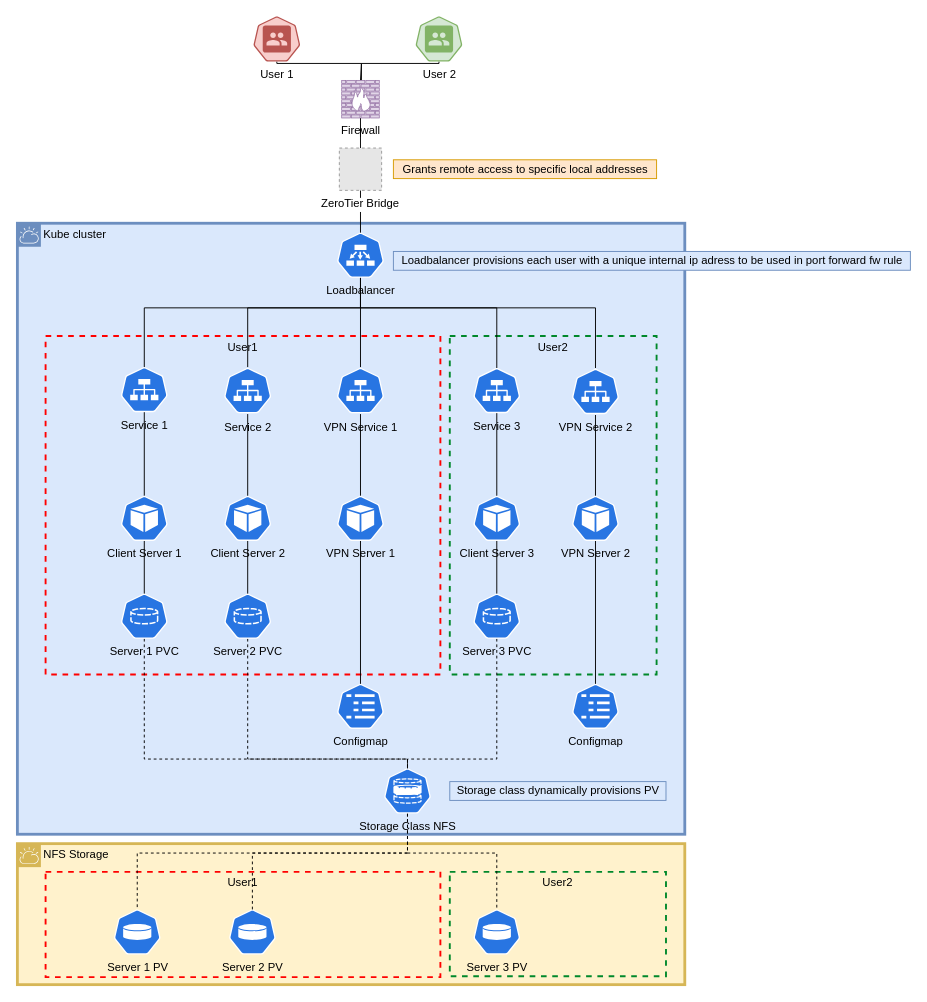
This is Designs/GameKubeFunctionalDesignV3.drawio from BumbleB-NL/gamekube, a draw.io file, before an edit. Source tidied: cells renumbered, new cells numbered last; positions are measured from the earlier drawing's top-left corner, leaving out a move shared by most shapes. Both pictures are drawn from the tidied source at 94%, with x=0, y=0 at pixel (17, 16). Pictures stored in the file or linked from it are replaced by grey dashed boxes.
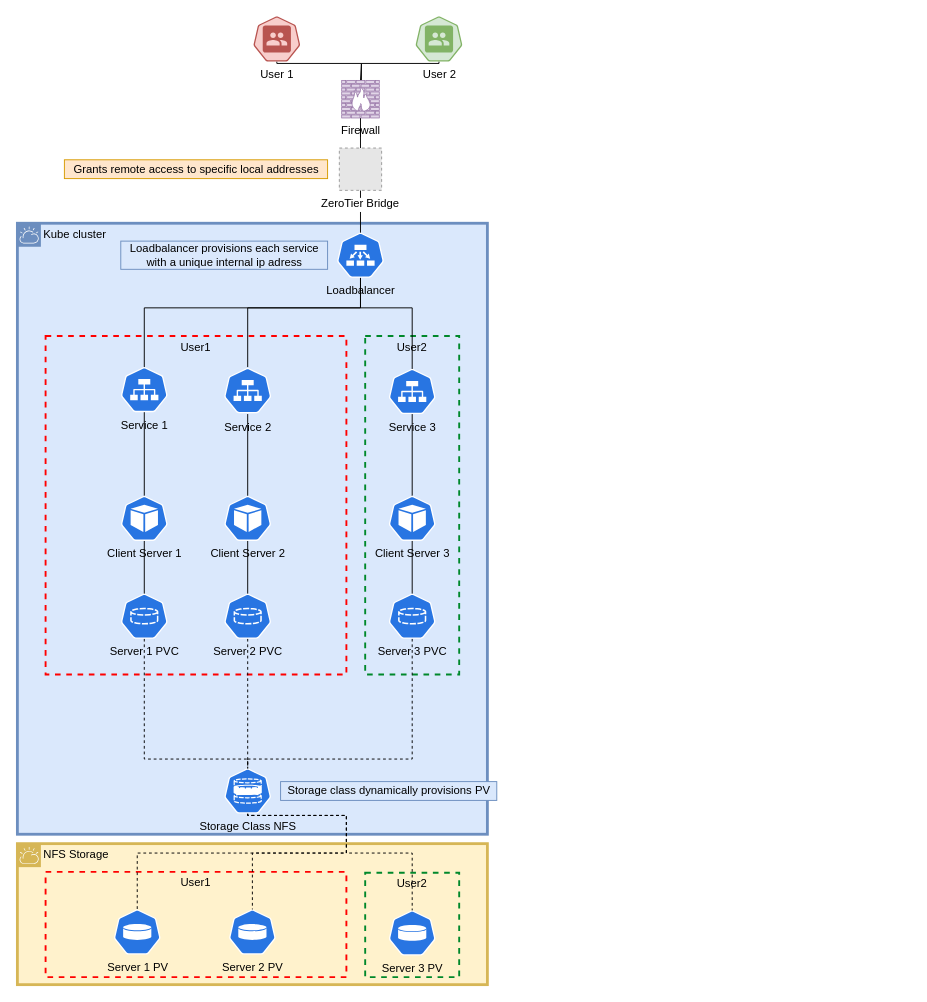
The same page after the edit.

The change refers to these unchanged cells:
```xml
<mxCell id="5" value="Server 1 PV" style="sketch=0;html=1;dashed=0;whitespace=wrap;fillColor=#2875E2;strokeColor=#ffffff;points=[[0.005,0.63,0],[0.1,0.2,0],[0.9,0.2,0],[0.5,0,0],[0.995,0.63,0],[0.72,0.99,0],[0.5,1,0],[0.28,0.99,0]];shape=mxgraph.kubernetes.icon;prIcon=vol;labelPosition=center;verticalLabelPosition=bottom;align=center;verticalAlign=top;" parent="4" vertex="1">
  <mxGeometry x="72.5" y="40" width="50" height="48" as="geometry" />
</mxCell>
<mxCell id="6" value="Server 2 PV" style="sketch=0;html=1;dashed=0;whitespace=wrap;fillColor=#2875E2;strokeColor=#ffffff;points=[[0.005,0.63,0],[0.1,0.2,0],[0.9,0.2,0],[0.5,0,0],[0.995,0.63,0],[0.72,0.99,0],[0.5,1,0],[0.28,0.99,0]];shape=mxgraph.kubernetes.icon;prIcon=vol;labelPosition=center;verticalLabelPosition=bottom;align=center;verticalAlign=top;" parent="4" vertex="1">
  <mxGeometry x="195" y="40" width="50" height="48" as="geometry" />
</mxCell>
<mxCell id="8" value="Server 3 PV" style="sketch=0;html=1;dashed=0;whitespace=wrap;fillColor=#2875E2;strokeColor=#ffffff;points=[[0.005,0.63,0],[0.1,0.2,0],[0.9,0.2,0],[0.5,0,0],[0.995,0.63,0],[0.72,0.99,0],[0.5,1,0],[0.28,0.99,0]];shape=mxgraph.kubernetes.icon;prIcon=vol;labelPosition=center;verticalLabelPosition=bottom;align=center;verticalAlign=top;" parent="7" vertex="1">
  <mxGeometry x="25" y="40" width="50" height="48" as="geometry" />
</mxCell>
<mxCell id="35" value="Server 1 PVC" style="sketch=0;html=1;dashed=0;whitespace=wrap;fillColor=#2875E2;strokeColor=#ffffff;points=[[0.005,0.63,0],[0.1,0.2,0],[0.9,0.2,0],[0.5,0,0],[0.995,0.63,0],[0.72,0.99,0],[0.5,1,0],[0.28,0.99,0]];shape=mxgraph.kubernetes.icon;prIcon=pvc;labelPosition=center;verticalLabelPosition=bottom;align=center;verticalAlign=top;" parent="1" vertex="1">
  <mxGeometry x="110" y="614" width="50" height="48" as="geometry" />
</mxCell>
<mxCell id="37" value="Server 2 PVC" style="sketch=0;html=1;dashed=0;whitespace=wrap;fillColor=#2875E2;strokeColor=#ffffff;points=[[0.005,0.63,0],[0.1,0.2,0],[0.9,0.2,0],[0.5,0,0],[0.995,0.63,0],[0.72,0.99,0],[0.5,1,0],[0.28,0.99,0]];shape=mxgraph.kubernetes.icon;prIcon=pvc;labelPosition=center;verticalLabelPosition=bottom;align=center;verticalAlign=top;" parent="1" vertex="1">
  <mxGeometry x="220" y="614" width="50" height="48" as="geometry" />
</mxCell>
<mxCell id="55" value="Loadbalancer" style="sketch=0;html=1;dashed=0;whitespace=wrap;fillColor=#2875E2;strokeColor=#ffffff;points=[[0.005,0.63,0],[0.1,0.2,0],[0.9,0.2,0],[0.5,0,0],[0.995,0.63,0],[0.72,0.99,0],[0.5,1,0],[0.28,0.99,0]];shape=mxgraph.kubernetes.icon;prIcon=ep;labelPosition=center;verticalLabelPosition=bottom;align=center;verticalAlign=top;" parent="1" vertex="1">
  <mxGeometry x="340" y="230" width="50" height="48" as="geometry" />
</mxCell>
```

Diff of the diagram source:
```diff
@@
     <mxCell id="2" value="Kube cluster" style="shape=mxgraph.ibm.box;prType=cloud;fontStyle=0;verticalAlign=top;align=left;spacingLeft=32;spacingTop=4;fillColor=#dae8fc;rounded=0;whiteSpace=wrap;html=1;strokeColor=#6c8ebf;strokeWidth=3;dashed=0;spacing=-4;" parent="1" vertex="1">
-      <mxGeometry y="220" width="710" height="650" as="geometry" />
+      <mxGeometry y="220" width="500" height="650" as="geometry" />
     </mxCell>
+    <mxCell id="18" value="User2" style="fontStyle=0;verticalAlign=top;align=center;spacingTop=-2;fillColor=none;rounded=0;whiteSpace=wrap;html=1;strokeColor=#00882B;strokeWidth=2;dashed=1;" parent="1" vertex="1">
+      <mxGeometry x="370" y="340" width="100" height="360" as="geometry" />
+    </mxCell>
     <mxCell id="3" value="NFS Storage" style="shape=mxgraph.ibm.box;prType=cloud;fontStyle=0;verticalAlign=top;align=left;spacingLeft=32;spacingTop=4;fillColor=#fff2cc;rounded=0;whiteSpace=wrap;html=1;strokeColor=#d6b656;strokeWidth=3;dashed=0;spacing=-4;" parent="1" vertex="1">
-      <mxGeometry y="880" width="710" height="150" as="geometry" />
+      <mxGeometry y="880" width="500" height="150" as="geometry" />
     </mxCell>
     <mxCell id="4" value="User1" style="fontStyle=0;verticalAlign=top;align=center;spacingTop=-2;fillColor=none;rounded=0;whiteSpace=wrap;html=1;strokeColor=#FF0000;strokeWidth=2;dashed=1;" parent="3" vertex="1">
-      <mxGeometry x="30" y="30" width="420" height="112" as="geometry" />
+      <mxGeometry x="30" y="30" width="320" height="112" as="geometry" />
     </mxCell>
@@
     <mxCell id="7" value="User2" style="fontStyle=0;verticalAlign=top;align=center;spacingTop=-2;fillColor=none;rounded=0;whiteSpace=wrap;html=1;strokeColor=#00882B;strokeWidth=2;dashed=1;" parent="3" vertex="1">
-      <mxGeometry x="460" y="30" width="230" height="111" as="geometry" />
+      <mxGeometry x="370" y="31" width="100" height="111" as="geometry" />
     </mxCell>
@@
     <mxCell id="9" style="edgeStyle=orthogonalEdgeStyle;rounded=0;jettySize=auto;html=1;entryX=0.5;entryY=0;entryDx=0;entryDy=0;entryPerimeter=0;dashed=1;endArrow=none;endFill=0;" parent="1" edge="1" source="19" target="5">
       <mxGeometry relative="1" as="geometry">
         <Array as="points">
-          <mxPoint x="415" y="890" />
+          <mxPoint x="245" y="850" />
+          <mxPoint x="350" y="850" />
+          <mxPoint x="350" y="890" />
           <mxPoint x="128" y="890" />
         </Array>
       </mxGeometry>
     </mxCell>
     <mxCell id="10" style="edgeStyle=orthogonalEdgeStyle;rounded=0;jettySize=auto;html=1;entryX=0.5;entryY=0;entryDx=0;entryDy=0;entryPerimeter=0;dashed=1;endArrow=none;endFill=0;" parent="1" edge="1" source="19" target="6">
       <mxGeometry relative="1" as="geometry">
         <Array as="points">
-          <mxPoint x="415" y="890" />
+          <mxPoint x="245" y="850" />
+          <mxPoint x="350" y="850" />
+          <mxPoint x="350" y="890" />
           <mxPoint x="250" y="890" />
         </Array>
       </mxGeometry>
     </mxCell>
@@
     <mxCell id="17" style="edgeStyle=orthogonalEdgeStyle;rounded=0;jettySize=auto;html=1;entryX=0.5;entryY=0;entryDx=0;entryDy=0;entryPerimeter=0;dashed=1;endArrow=none;endFill=0;" parent="1" edge="1" source="19" target="8">
       <mxGeometry relative="1" as="geometry">
         <Array as="points">
-          <mxPoint x="415" y="890" />
-          <mxPoint x="510" y="890" />
+          <mxPoint x="245" y="850" />
+          <mxPoint x="350" y="850" />
+          <mxPoint x="350" y="890" />
+          <mxPoint x="420" y="890" />
         </Array>
       </mxGeometry>
     </mxCell>
-    <mxCell id="18" value="User2" style="fontStyle=0;verticalAlign=top;align=center;spacingTop=-2;fillColor=none;rounded=0;whiteSpace=wrap;html=1;strokeColor=#00882B;strokeWidth=2;dashed=1;" parent="1" vertex="1">
-      <mxGeometry x="460" y="340" width="220" height="360" as="geometry" />
-    </mxCell>
     <mxCell id="19" value="Storage Class NFS" style="sketch=0;html=1;dashed=0;whitespace=wrap;fillColor=#2875E2;strokeColor=#ffffff;points=[[0.005,0.63,0],[0.1,0.2,0],[0.9,0.2,0],[0.5,0,0],[0.995,0.63,0],[0.72,0.99,0],[0.5,1,0],[0.28,0.99,0]];shape=mxgraph.kubernetes.icon;prIcon=sc;labelPosition=center;verticalLabelPosition=bottom;align=center;verticalAlign=top;" parent="1" vertex="1">
-      <mxGeometry x="390" y="800" width="50" height="48" as="geometry" />
+      <mxGeometry x="220" y="800" width="50" height="48" as="geometry" />
     </mxCell>
-    <mxCell id="20" value="Configmap" style="sketch=0;html=1;dashed=0;whitespace=wrap;fillColor=#2875E2;strokeColor=#ffffff;points=[[0.005,0.63,0],[0.1,0.2,0],[0.9,0.2,0],[0.5,0,0],[0.995,0.63,0],[0.72,0.99,0],[0.5,1,0],[0.28,0.99,0]];shape=mxgraph.kubernetes.icon;prIcon=cm;labelPosition=center;verticalLabelPosition=bottom;align=center;verticalAlign=top;" parent="1" vertex="1">
-      <mxGeometry x="340" y="710" width="50" height="48" as="geometry" />
-    </mxCell>
     <mxCell id="21" value="User1" style="fontStyle=0;verticalAlign=top;align=center;spacingTop=-2;fillColor=none;rounded=0;whiteSpace=wrap;html=1;strokeColor=#FF0000;strokeWidth=2;dashed=1;" parent="1" vertex="1">
-      <mxGeometry x="30" y="340" width="420" height="360" as="geometry" />
+      <mxGeometry x="30" y="340" width="320" height="360" as="geometry" />
     </mxCell>
-    <mxCell id="22" style="edgeStyle=orthogonalEdgeStyle;rounded=0;jettySize=auto;html=1;entryX=0.5;entryY=0;entryDx=0;entryDy=0;entryPerimeter=0;endArrow=none;endFill=0;" parent="1" edge="1" source="32" target="20">
-      <mxGeometry relative="1" as="geometry" />
-    </mxCell>
     <mxCell id="23" style="edgeStyle=orthogonalEdgeStyle;rounded=0;jettySize=auto;html=1;entryX=0.5;entryY=0;entryDx=0;entryDy=0;entryPerimeter=0;endArrow=none;endFill=0;dashed=1;" parent="1" edge="1" source="37" target="19">
       <mxGeometry relative="1" as="geometry">
         <Array as="points">
-          <mxPoint x="245" y="790" />
-          <mxPoint x="415" y="790" />
+          <mxPoint x="245" y="800" />
+          <mxPoint x="245" y="800" />
         </Array>
       </mxGeometry>
     </mxCell>
     <mxCell id="24" style="edgeStyle=orthogonalEdgeStyle;rounded=0;jettySize=auto;html=1;entryX=0.5;entryY=0;entryDx=0;entryDy=0;entryPerimeter=0;dashed=1;endArrow=none;endFill=0;" parent="1" edge="1" source="35" target="19">
       <mxGeometry relative="1" as="geometry">
         <Array as="points">
           <mxPoint x="135" y="790" />
-          <mxPoint x="415" y="790" />
+          <mxPoint x="245" y="790" />
         </Array>
       </mxGeometry>
     </mxCell>
     <mxCell id="25" style="edgeStyle=orthogonalEdgeStyle;rounded=0;jettySize=auto;html=1;entryX=0.5;entryY=0;entryDx=0;entryDy=0;entryPerimeter=0;dashed=1;endArrow=none;endFill=0;" parent="1" edge="1" source="47" target="19">
       <mxGeometry relative="1" as="geometry">
         <Array as="points">
-          <mxPoint x="510" y="790" />
-          <mxPoint x="415" y="790" />
+          <mxPoint x="420" y="790" />
+          <mxPoint x="245" y="790" />
         </Array>
       </mxGeometry>
     </mxCell>
-    <mxCell id="26" value="Configmap" style="sketch=0;html=1;dashed=0;whitespace=wrap;fillColor=#2875E2;strokeColor=#ffffff;points=[[0.005,0.63,0],[0.1,0.2,0],[0.9,0.2,0],[0.5,0,0],[0.995,0.63,0],[0.72,0.99,0],[0.5,1,0],[0.28,0.99,0]];shape=mxgraph.kubernetes.icon;prIcon=cm;labelPosition=center;verticalLabelPosition=bottom;align=center;verticalAlign=top;" parent="1" vertex="1">
-      <mxGeometry x="590" y="710" width="50" height="48" as="geometry" />
-    </mxCell>
     <mxCell id="27" value="Storage class dynamically provisions PV" style="text;html=1;align=center;verticalAlign=middle;strokeColor=#6c8ebf;fillColor=#dae8fc;" parent="1" vertex="1">
-      <mxGeometry x="460" y="814" width="230" height="20" as="geometry" />
+      <mxGeometry x="280" y="814" width="230" height="20" as="geometry" />
     </mxCell>
-    <mxCell id="28" style="edgeStyle=orthogonalEdgeStyle;rounded=0;jettySize=auto;html=1;entryX=0.5;entryY=0;entryDx=0;entryDy=0;entryPerimeter=0;endArrow=none;endFill=0;" parent="1" edge="1" source="44" target="26">
-      <mxGeometry relative="1" as="geometry" />
-    </mxCell>
@@
-    <mxCell id="31" style="edgeStyle=orthogonalEdgeStyle;rounded=0;jettySize=auto;html=1;entryX=0.5;entryY=1;entryDx=0;entryDy=0;entryPerimeter=0;endArrow=none;endFill=0;" parent="1" edge="1" source="32" target="41">
-      <mxGeometry relative="1" as="geometry" />
-    </mxCell>
-    <mxCell id="32" value="VPN Server 1" style="sketch=0;html=1;dashed=0;whitespace=wrap;fillColor=#2875E2;strokeColor=#ffffff;points=[[0.005,0.63,0],[0.1,0.2,0],[0.9,0.2,0],[0.5,0,0],[0.995,0.63,0],[0.72,0.99,0],[0.5,1,0],[0.28,0.99,0]];shape=mxgraph.kubernetes.icon;prIcon=pod;verticalAlign=top;labelPosition=center;verticalLabelPosition=bottom;align=center;" parent="1" vertex="1">
-      <mxGeometry x="340" y="510" width="50" height="48" as="geometry" />
-    </mxCell>
@@
-    <mxCell id="41" value="VPN Service 1" style="sketch=0;html=1;dashed=0;whitespace=wrap;fillColor=#2875E2;strokeColor=#ffffff;points=[[0.005,0.63,0],[0.1,0.2,0],[0.9,0.2,0],[0.5,0,0],[0.995,0.63,0],[0.72,0.99,0],[0.5,1,0],[0.28,0.99,0]];shape=mxgraph.kubernetes.icon;prIcon=svc;labelPosition=center;verticalLabelPosition=bottom;align=center;verticalAlign=top;" parent="1" vertex="1">
-      <mxGeometry x="340" y="373" width="50" height="50" as="geometry" />
-    </mxCell>
+    <mxCell id="60" style="edgeStyle=orthogonalEdgeStyle;rounded=0;jettySize=auto;html=1;entryX=0.5;entryY=0;entryDx=0;entryDy=0;entryPerimeter=0;endArrow=none;endFill=0;" parent="1" edge="1" source="42" target="46">
+      <mxGeometry relative="1" as="geometry" />
+    </mxCell>
     <mxCell id="42" value="Service 3" style="sketch=0;html=1;dashed=0;whitespace=wrap;fillColor=#2875E2;strokeColor=#ffffff;points=[[0.005,0.63,0],[0.1,0.2,0],[0.9,0.2,0],[0.5,0,0],[0.995,0.63,0],[0.72,0.99,0],[0.5,1,0],[0.28,0.99,0]];shape=mxgraph.kubernetes.icon;prIcon=svc;labelPosition=center;verticalLabelPosition=bottom;align=center;verticalAlign=top;" parent="1" vertex="1">
-      <mxGeometry x="485" y="374" width="50" height="48" as="geometry" />
+      <mxGeometry x="395" y="375" width="50" height="48" as="geometry" />
     </mxCell>
-    <mxCell id="43" style="edgeStyle=orthogonalEdgeStyle;rounded=0;jettySize=auto;html=1;entryX=0.5;entryY=1;entryDx=0;entryDy=0;entryPerimeter=0;endArrow=none;endFill=0;" parent="1" edge="1" source="44" target="49">
-      <mxGeometry relative="1" as="geometry" />
-    </mxCell>
-    <mxCell id="44" value="VPN Server 2" style="sketch=0;html=1;dashed=0;whitespace=wrap;fillColor=#2875E2;strokeColor=#ffffff;points=[[0.005,0.63,0],[0.1,0.2,0],[0.9,0.2,0],[0.5,0,0],[0.995,0.63,0],[0.72,0.99,0],[0.5,1,0],[0.28,0.99,0]];shape=mxgraph.kubernetes.icon;prIcon=pod;verticalAlign=top;labelPosition=center;verticalLabelPosition=bottom;align=center;" parent="1" vertex="1">
-      <mxGeometry x="590" y="510" width="50" height="48" as="geometry" />
-    </mxCell>
-    <mxCell id="45" style="edgeStyle=orthogonalEdgeStyle;rounded=0;jettySize=auto;html=1;entryX=0.5;entryY=1;entryDx=0;entryDy=0;entryPerimeter=0;endArrow=none;endFill=0;" parent="1" edge="1" source="46" target="42">
-      <mxGeometry relative="1" as="geometry" />
-    </mxCell>
     <mxCell id="46" value="Client Server 3" style="sketch=0;html=1;dashed=0;whitespace=wrap;fillColor=#2875E2;strokeColor=#ffffff;points=[[0.005,0.63,0],[0.1,0.2,0],[0.9,0.2,0],[0.5,0,0],[0.995,0.63,0],[0.72,0.99,0],[0.5,1,0],[0.28,0.99,0]];shape=mxgraph.kubernetes.icon;prIcon=pod;verticalAlign=top;labelPosition=center;verticalLabelPosition=bottom;align=center;" parent="1" vertex="1">
-      <mxGeometry x="485" y="510" width="50" height="48" as="geometry" />
+      <mxGeometry x="395" y="510" width="50" height="48" as="geometry" />
     </mxCell>
     <mxCell id="47" value="Server 3 PVC" style="sketch=0;html=1;dashed=0;whitespace=wrap;fillColor=#2875E2;strokeColor=#ffffff;points=[[0.005,0.63,0],[0.1,0.2,0],[0.9,0.2,0],[0.5,0,0],[0.995,0.63,0],[0.72,0.99,0],[0.5,1,0],[0.28,0.99,0]];shape=mxgraph.kubernetes.icon;prIcon=pvc;labelPosition=center;verticalLabelPosition=bottom;align=center;verticalAlign=top;" parent="1" vertex="1">
-      <mxGeometry x="485" y="614" width="50" height="48" as="geometry" />
+      <mxGeometry x="395" y="614" width="50" height="48" as="geometry" />
     </mxCell>
@@
-    <mxCell id="49" value="VPN Service 2" style="sketch=0;html=1;dashed=0;whitespace=wrap;fillColor=#2875E2;strokeColor=#ffffff;points=[[0.005,0.63,0],[0.1,0.2,0],[0.9,0.2,0],[0.5,0,0],[0.995,0.63,0],[0.72,0.99,0],[0.5,1,0],[0.28,0.99,0]];shape=mxgraph.kubernetes.icon;prIcon=svc;labelPosition=center;verticalLabelPosition=bottom;align=center;verticalAlign=top;" parent="1" vertex="1">
-      <mxGeometry x="590" y="374" width="50" height="50" as="geometry" />
-    </mxCell>
@@
-    <mxCell id="51" style="edgeStyle=orthogonalEdgeStyle;rounded=0;jettySize=auto;html=1;entryX=0.5;entryY=0;entryDx=0;entryDy=0;entryPerimeter=0;endArrow=none;endFill=0;" parent="1" edge="1" source="55" target="41">
-      <mxGeometry relative="1" as="geometry" />
-    </mxCell>
     <mxCell id="52" style="edgeStyle=orthogonalEdgeStyle;rounded=0;jettySize=auto;html=1;entryX=0.5;entryY=0;entryDx=0;entryDy=0;entryPerimeter=0;endArrow=none;endFill=0;" parent="1" edge="1" source="55" target="42">
       <mxGeometry relative="1" as="geometry">
         <Array as="points">
           <mxPoint x="365" y="310" />
-          <mxPoint x="510" y="310" />
+          <mxPoint x="420" y="310" />
         </Array>
       </mxGeometry>
     </mxCell>
-    <mxCell id="53" style="edgeStyle=orthogonalEdgeStyle;rounded=0;jettySize=auto;html=1;entryX=0.5;entryY=0;entryDx=0;entryDy=0;entryPerimeter=0;endArrow=none;endFill=0;" parent="1" edge="1" source="55" target="49">
-      <mxGeometry relative="1" as="geometry">
-        <Array as="points">
-          <mxPoint x="365" y="310" />
-          <mxPoint x="615" y="310" />
-        </Array>
-      </mxGeometry>
-    </mxCell>
@@
-    <mxCell id="56" value="Loadbalancer provisions each user with a unique internal ip adress to be used in port forward fw rule" style="text;html=1;align=center;verticalAlign=middle;strokeColor=#6c8ebf;fillColor=#dae8fc;" parent="1" vertex="1">
-      <mxGeometry x="400" y="250" width="550" height="20" as="geometry" />
+    <mxCell id="56" value="Loadbalancer provisions each service &lt;br&gt;with a unique internal ip adress" style="text;html=1;align=center;verticalAlign=middle;strokeColor=#6c8ebf;fillColor=#dae8fc;" parent="1" vertex="1">
+      <mxGeometry x="110" y="239" width="220" height="30" as="geometry" />
     </mxCell>
@@
     <mxCell id="59" value="Grants remote access to specific local addresses" style="text;html=1;align=center;verticalAlign=middle;strokeColor=#d79b00;fillColor=#ffe6cc;" parent="1" vertex="1">
-      <mxGeometry x="400" y="152.5" width="280" height="20" as="geometry" />
+      <mxGeometry x="50" y="152.5" width="280" height="20" as="geometry" />
     </mxCell>
```
